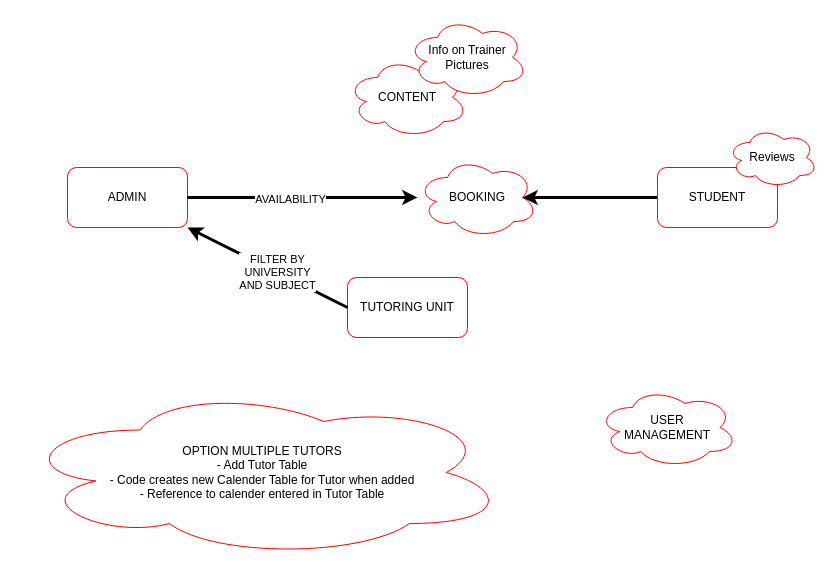
This is page "Concept" (2 of 4) of DB/TS-DBdesign.drawio from iamwahida/Project5-G4, a draw.io file, before an edit. Source tidied: cells renumbered, new cells numbered last; positions are measured from the earlier drawing's top-left corner, leaving out a move shared by most shapes. Both pictures are drawn from the tidied source at 100%, with x=0, y=0 at pixel (17, 17).
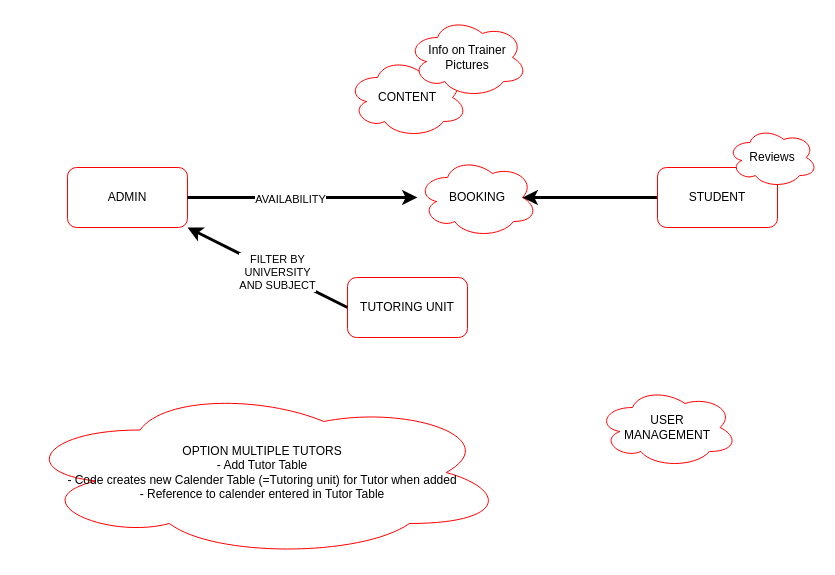
The same diagram, later.

What changed in the source:
```diff
@@
 <mxGraphModel>
   <root>
     <mxCell id="0" />
     <mxCell id="1" parent="0" />
     <mxCell id="2" value="CONTENT" style="ellipse;shape=cloud;whiteSpace=wrap;html=1;strokeColor=#FF0000;fillColor=default;" parent="1" vertex="1">
       <mxGeometry x="330" y="40" width="120" height="80" as="geometry" />
     </mxCell>
     <mxCell id="3" value="BOOKING" style="ellipse;shape=cloud;whiteSpace=wrap;html=1;strokeColor=#FF0000;fillColor=default;" parent="1" vertex="1">
       <mxGeometry x="400" y="140" width="120" height="80" as="geometry" />
     </mxCell>
     <mxCell id="4" style="edgeStyle=none;html=1;exitX=0;exitY=0.5;exitDx=0;exitDy=0;entryX=0.875;entryY=0.5;entryDx=0;entryDy=0;entryPerimeter=0;strokeWidth=3;" parent="1" edge="1" source="5" target="3">
       <mxGeometry relative="1" as="geometry" />
     </mxCell>
     <mxCell id="5" value="STUDENT" style="rounded=1;whiteSpace=wrap;html=1;strokeColor=#FF0000;fillColor=default;" parent="1" vertex="1">
       <mxGeometry x="640" y="150" width="120" height="60" as="geometry" />
     </mxCell>
     <mxCell id="6" value="ADMIN" style="rounded=1;whiteSpace=wrap;html=1;strokeColor=#FF0000;fillColor=default;" parent="1" vertex="1">
       <mxGeometry x="50" y="150" width="120" height="60" as="geometry" />
     </mxCell>
     <mxCell id="7" style="edgeStyle=none;html=1;exitX=1;exitY=0.5;exitDx=0;exitDy=0;strokeWidth=3;" parent="1" edge="1" source="6">
       <mxGeometry relative="1" as="geometry">
         <mxPoint x="400" y="180" as="targetPoint" />
       </mxGeometry>
     </mxCell>
     <mxCell id="8" value="AVAILABILITY" style="edgeLabel;html=1;align=center;verticalAlign=middle;" parent="7" vertex="1">
       <mxGeometry x="-0.11" y="-1" relative="1" as="geometry" />
     </mxCell>
     <mxCell id="9" value="TUTORING UNIT" style="rounded=1;whiteSpace=wrap;html=1;strokeColor=#FF0000;fillColor=default;" parent="1" vertex="1">
       <mxGeometry x="330" y="260" width="120" height="60" as="geometry" />
     </mxCell>
     <mxCell id="10" style="edgeStyle=none;html=1;exitX=0;exitY=0.5;exitDx=0;exitDy=0;entryX=1;entryY=1;entryDx=0;entryDy=0;strokeWidth=3;" parent="1" edge="1" source="9" target="6">
       <mxGeometry relative="1" as="geometry" />
     </mxCell>
     <mxCell id="11" value="FILTER BY &lt;br&gt;UNIVERSITY &lt;br&gt;AND SUBJECT" style="edgeLabel;html=1;align=center;verticalAlign=middle;" parent="10" vertex="1">
       <mxGeometry x="-0.12" relative="1" as="geometry" />
     </mxCell>
     <mxCell id="12" value="Info on Trainer&lt;br&gt;Pictures&lt;br&gt;" style="ellipse;shape=cloud;whiteSpace=wrap;html=1;strokeColor=#FF0000;fillColor=default;" parent="1" vertex="1">
       <mxGeometry x="390" width="120" height="80" as="geometry" />
     </mxCell>
     <mxCell id="13" value="Reviews" style="ellipse;shape=cloud;whiteSpace=wrap;html=1;strokeColor=#FF0000;fillColor=default;" parent="1" vertex="1">
       <mxGeometry x="710" y="110" width="90" height="60" as="geometry" />
     </mxCell>
-    <mxCell id="14" value="OPTION MULTIPLE TUTORS&lt;br&gt;- Add Tutor Table&lt;br&gt;- Code creates new Calender Table for Tutor when added&lt;br&gt;- Reference to calender entered in Tutor Table" style="ellipse;shape=cloud;whiteSpace=wrap;html=1;strokeColor=#FF0000;fillColor=default;" parent="1" vertex="1">
+    <mxCell id="14" value="OPTION MULTIPLE TUTORS&lt;br&gt;- Add Tutor Table&lt;br&gt;- Code creates new Calender Table (=Tutoring unit) for Tutor when added&lt;br&gt;- Reference to calender entered in Tutor Table" style="ellipse;shape=cloud;whiteSpace=wrap;html=1;strokeColor=#FF0000;fillColor=default;" parent="1" vertex="1">
       <mxGeometry y="370" width="490" height="170" as="geometry" />
     </mxCell>
     <mxCell id="15" value="USER &lt;br&gt;MANAGEMENT" style="ellipse;shape=cloud;whiteSpace=wrap;html=1;strokeColor=#FF0000;fillColor=default;" parent="1" vertex="1">
       <mxGeometry x="580" y="370" width="140" height="80" as="geometry" />
     </mxCell>
   </root>
 </mxGraphModel>
```
